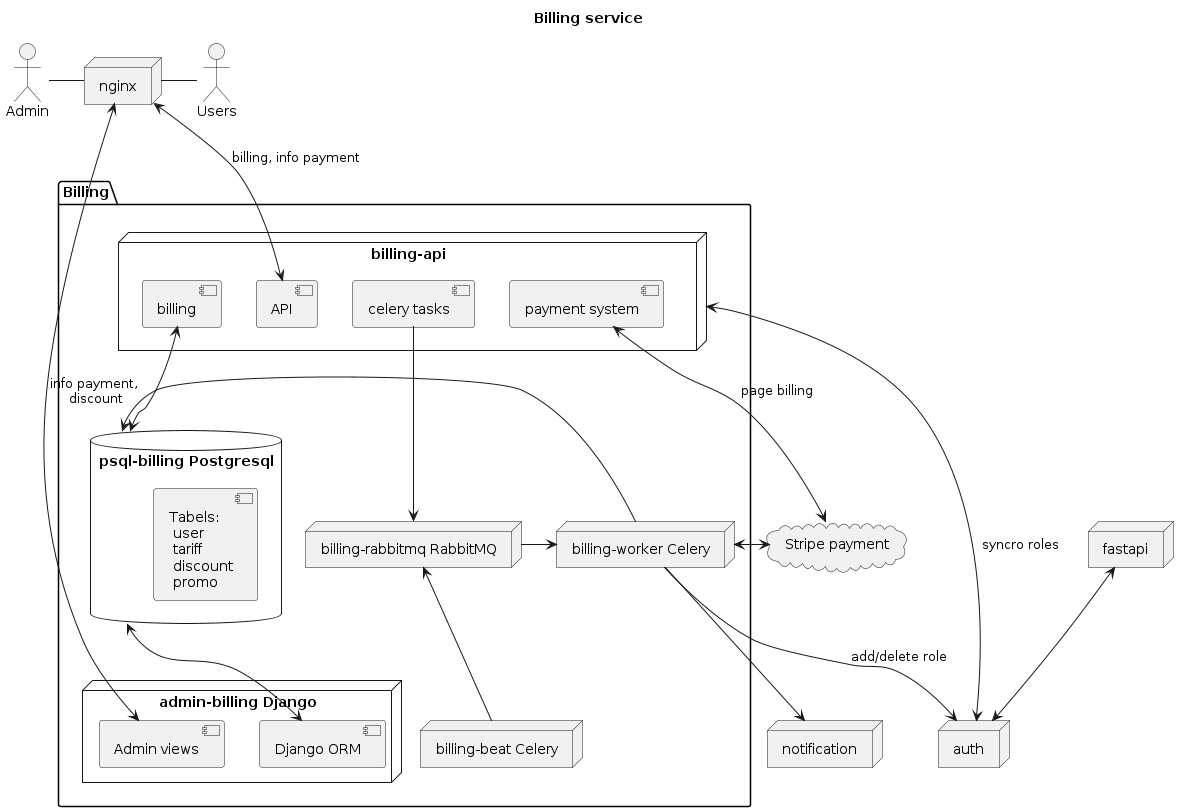
Above: scheme/billing_system_schema.png in AlexeyBely/graduate_work (PlantUML), before the change. The source it was exported from:
```plantuml
@startuml billing_system_shema
title Billing service

skinparam componentStyle uml2
actor Users
actor Admin
node "nginx" as nginx
node "fastapi" as fastapi
node "auth" as auth
node "notification" as notify
package "Billing" {
    node "admin-billing Django" as django{
        component "Admin views" as admin_views
        component "Django ORM" as admin_orm
    }
    database "psql-billing Postgresql" as psql {
        component "Tabels: \n user\n tariff\n discount\n promo" as tables
    }
    node "billing-api" as billing_api{
        component "API" as api
        component "billing" as api_billing
        component "payment system" as payment
        component "celery tasks" as celery_tasks
    }
    node "billing-rabbitmq RabbitMQ" as rabbit
    node "billing-worker Celery" as worker
    node "billing-beat Celery" as beat
}
cloud "Stripe payment"  as stripe

Users -left- nginx
Admin -right- nginx
nginx <-down-> admin_views : info payment,\n discount
nginx <-down-> api : billing, info payment
fastapi <-down-> auth
billing_api <-> auth : syncro roles

admin_orm <-up-> psql
api_billing <-> psql
payment <-> stripe : page billing
celery_tasks -down-> rabbit

beat -up-> rabbit
rabbit -> worker
worker <-> stripe
worker -down-> auth : add/delete role
worker -down-> notify
worker -right-> psql

@enduml
```
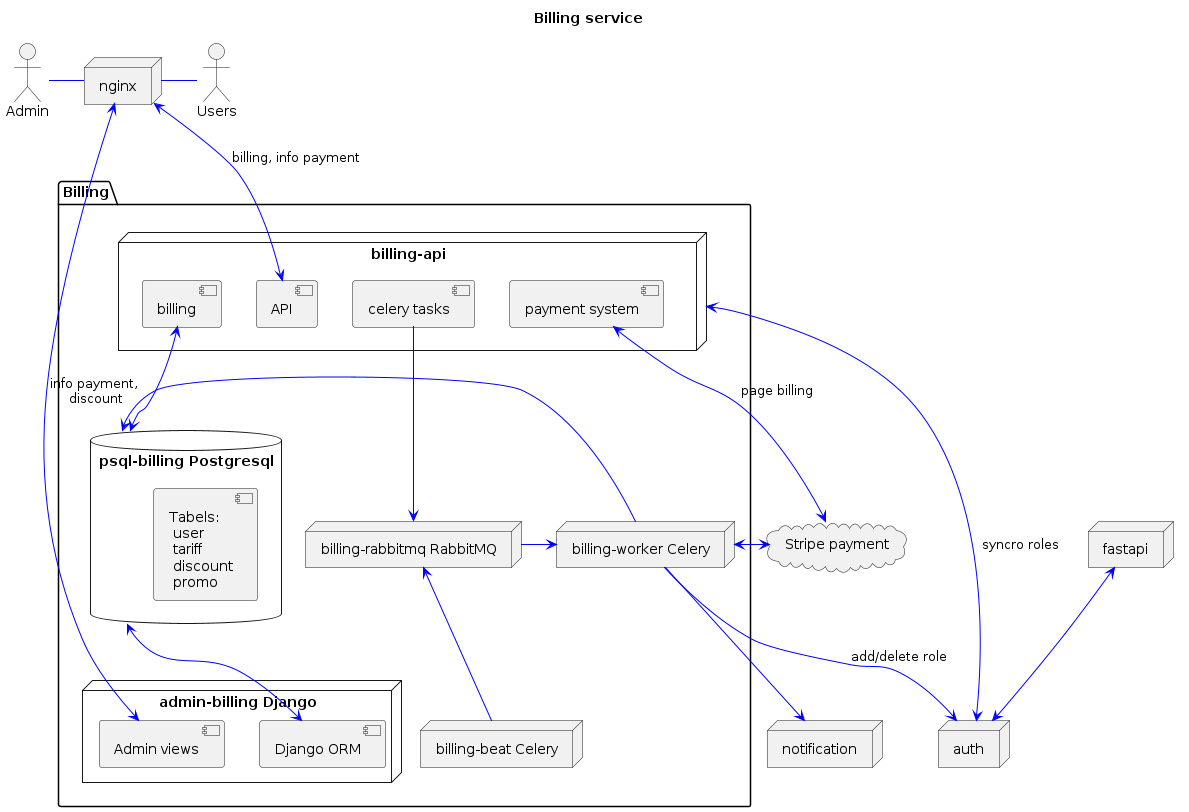
After the change.

Commit message:
add sequence scheme

Change to the diagram source:
```diff
@@ -1,7 +1,7 @@
-@startuml billing_system_shema
+@startuml billing_system_schema
 title Billing service
+skinparam componentStyle uml2
 
-skinparam componentStyle uml2
 actor Users
 actor Admin
 node "nginx" as nginx
@@ -28,23 +28,23 @@
 }
 cloud "Stripe payment"  as stripe
 
-Users -left- nginx
-Admin -right- nginx
-nginx <-down-> admin_views : info payment,\n discount
-nginx <-down-> api : billing, info payment
-fastapi <-down-> auth
-billing_api <-> auth : syncro roles
+Users -[#blue]left- nginx
+Admin -[#blue]right- nginx
+nginx <-[#blue]down-> admin_views : info payment,\n discount
+nginx <-[#blue]down-> api : billing, info payment
+fastapi <-[#blue]down-> auth
+billing_api <-[#blue]> auth : syncro roles
 
-admin_orm <-up-> psql
-api_billing <-> psql
-payment <-> stripe : page billing
-celery_tasks -down-> rabbit
+admin_orm <-[#blue]up-> psql
+api_billing <-[#blue]> psql
+payment <-[#blue]> stripe : page billing
+celery_tasks -[#blue]down-> rabbit
 
-beat -up-> rabbit
-rabbit -> worker
-worker <-> stripe
-worker -down-> auth : add/delete role
-worker -down-> notify
-worker -right-> psql
+beat -[#blue]up-> rabbit
+rabbit -[#blue]> worker
+worker <-[#blue]> stripe
+worker -[#blue]down-> auth : add/delete role
+worker -[#blue]down-> notify
+worker -[#blue]right-> psql
 
 @enduml
```
